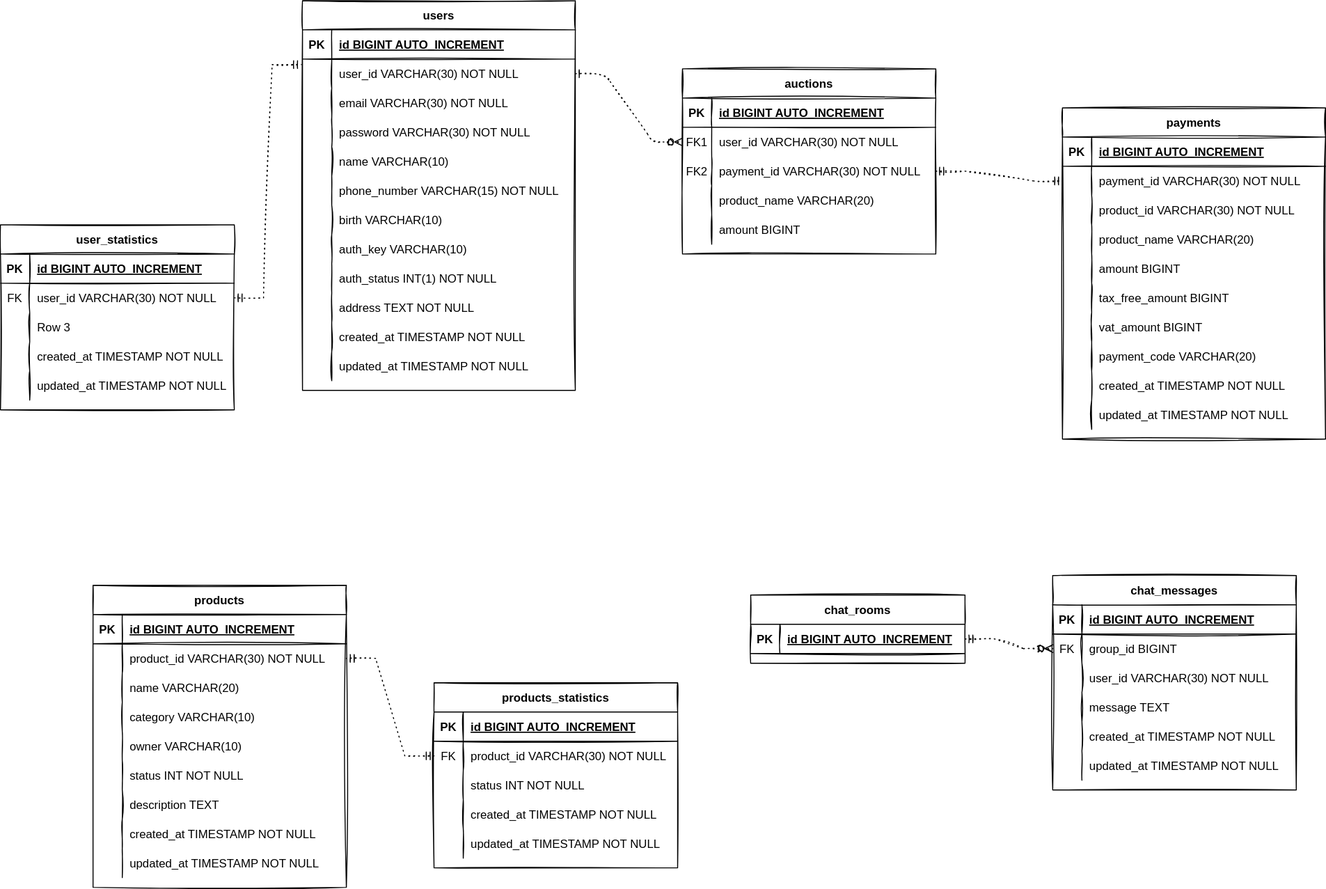
Earlier version of the draw.io export sago_database_schema.drawio.svg (AnneMayor/TestRepository). Source tidied: cells renumbered, new cells last; positions are measured from the earlier drawing's top-left corner, leaving out a move shared by most shapes.
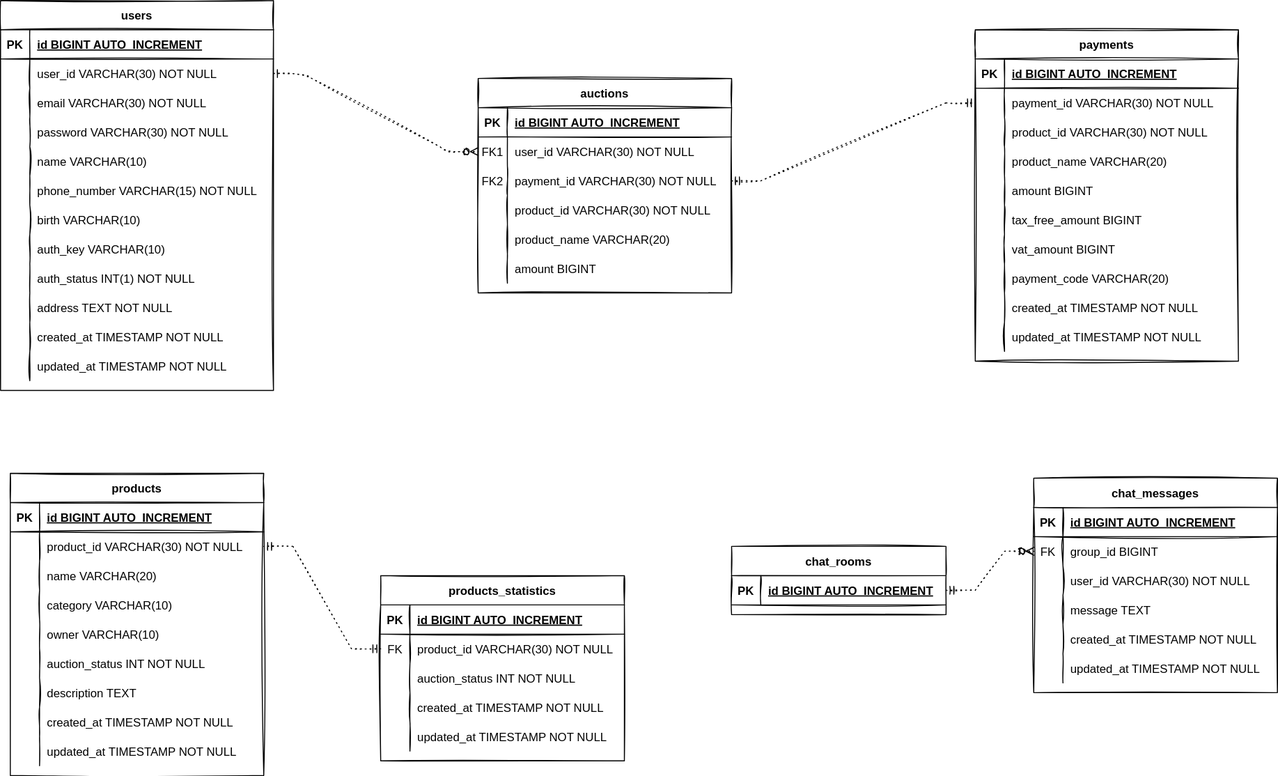
After the change.

What changed in the source:
```diff
@@ -6,7 +6,7 @@
       <mxGeometry relative="1" as="geometry" />
     </mxCell>
     <mxCell id="3" value="auctions" style="shape=table;startSize=30;rowLines=0;fontStyle=1;align=center;sketch=1;" parent="1" vertex="1">
-      <mxGeometry x="700" y="70" width="260" height="190" as="geometry" />
+      <mxGeometry x="550" y="85" width="260" height="220" as="geometry" />
     </mxCell>
     <mxCell id="4" style="shape=partialRectangle;fillColor=none;top=0;left=0;right=0;bottom=1;sketch=1;" parent="3" vertex="1">
       <mxGeometry y="30" width="260" height="30" as="geometry" />
@@ -35,8 +35,17 @@
     <mxCell id="12" value="payment_id VARCHAR(30) NOT NULL" style="shape=partialRectangle;overflow=hidden;fillColor=none;top=0;left=0;bottom=0;right=0;align=left;spacingLeft=6;sketch=1;" parent="10" vertex="1">
       <mxGeometry x="30" width="230" height="30" as="geometry" />
     </mxCell>
+    <mxCell id="174" style="shape=partialRectangle;fillColor=none;top=0;left=0;right=0;bottom=0;sketch=1;" parent="3" vertex="1">
+      <mxGeometry y="120" width="260" height="30" as="geometry" />
+    </mxCell>
+    <mxCell id="175" style="shape=partialRectangle;overflow=hidden;fillColor=none;top=0;left=0;bottom=0;right=0;sketch=1;" parent="174" vertex="1">
+      <mxGeometry width="30" height="30" as="geometry" />
+    </mxCell>
+    <mxCell id="176" value="product_id VARCHAR(30) NOT NULL" style="shape=partialRectangle;overflow=hidden;fillColor=none;top=0;left=0;bottom=0;right=0;align=left;spacingLeft=6;sketch=1;" parent="174" vertex="1">
+      <mxGeometry x="30" width="230" height="30" as="geometry" />
+    </mxCell>
     <mxCell id="13" style="shape=partialRectangle;fillColor=none;top=0;left=0;right=0;bottom=0;sketch=1;" parent="3" vertex="1">
-      <mxGeometry y="120" width="260" height="30" as="geometry" />
+      <mxGeometry y="150" width="260" height="30" as="geometry" />
     </mxCell>
     <mxCell id="14" style="shape=partialRectangle;overflow=hidden;fillColor=none;top=0;left=0;bottom=0;right=0;sketch=1;" parent="13" vertex="1">
       <mxGeometry width="30" height="30" as="geometry" />
@@ -45,7 +54,7 @@
       <mxGeometry x="30" width="230" height="30" as="geometry" />
     </mxCell>
     <mxCell id="16" style="shape=partialRectangle;fillColor=none;top=0;left=0;right=0;bottom=0;sketch=1;" parent="3" vertex="1">
-      <mxGeometry y="150" width="260" height="30" as="geometry" />
+      <mxGeometry y="180" width="260" height="30" as="geometry" />
     </mxCell>
     <mxCell id="17" style="shape=partialRectangle;overflow=hidden;fillColor=none;top=0;left=0;bottom=0;right=0;sketch=1;" parent="16" vertex="1">
       <mxGeometry width="30" height="30" as="geometry" />
@@ -54,7 +63,7 @@
       <mxGeometry x="30" width="230" height="30" as="geometry" />
     </mxCell>
     <mxCell id="19" value="payments" style="shape=table;startSize=30;rowLines=0;fontStyle=1;align=center;sketch=1;" parent="1" vertex="1">
-      <mxGeometry x="1090" y="110" width="270" height="340" as="geometry" />
+      <mxGeometry x="1060" y="35" width="270" height="340" as="geometry" />
     </mxCell>
     <mxCell id="20" style="shape=partialRectangle;fillColor=none;top=0;left=0;right=0;bottom=1;sketch=1;" parent="19" vertex="1">
       <mxGeometry y="30" width="270" height="30" as="geometry" />
@@ -147,7 +156,7 @@
       <mxGeometry x="30" width="240" height="30" as="geometry" />
     </mxCell>
     <mxCell id="50" value="users" style="shape=table;startSize=30;rowLines=0;fontStyle=1;align=center;sketch=1;" parent="1" vertex="1">
-      <mxGeometry x="310" width="280" height="400" as="geometry" />
+      <mxGeometry x="60" y="5" width="280" height="400" as="geometry" />
     </mxCell>
     <mxCell id="51" style="shape=partialRectangle;fillColor=none;top=0;left=0;right=0;bottom=1;sketch=1;" parent="50" vertex="1">
       <mxGeometry y="30" width="280" height="30" as="geometry" />
@@ -258,7 +267,7 @@
       <mxGeometry x="30" width="250" height="30" as="geometry" />
     </mxCell>
     <mxCell id="87" value="products" style="shape=table;startSize=30;rowLines=0;fontStyle=1;align=center;sketch=1;" parent="1" vertex="1">
-      <mxGeometry x="95" y="600" width="260" height="310" as="geometry" />
+      <mxGeometry x="70" y="490" width="260" height="310" as="geometry" />
     </mxCell>
     <mxCell id="88" style="shape=partialRectangle;fillColor=none;top=0;left=0;bottom=1;right=0;sketch=1;" parent="87" vertex="1">
       <mxGeometry y="30" width="260" height="30" as="geometry" />
@@ -311,7 +320,7 @@
     <mxCell id="104" style="shape=partialRectangle;fillColor=none;top=0;left=0;bottom=0;right=0;overflow=hidden;sketch=1;" parent="103" vertex="1">
       <mxGeometry width="30" height="30" as="geometry" />
     </mxCell>
-    <mxCell id="105" value="status INT NOT NULL" style="shape=partialRectangle;fillColor=none;top=0;left=0;bottom=0;right=0;align=left;spacingLeft=6;overflow=hidden;sketch=1;" parent="103" vertex="1">
+    <mxCell id="105" value="auction_status INT NOT NULL" style="shape=partialRectangle;fillColor=none;top=0;left=0;bottom=0;right=0;align=left;spacingLeft=6;overflow=hidden;sketch=1;" parent="103" vertex="1">
       <mxGeometry x="30" width="230" height="30" as="geometry" />
     </mxCell>
     <mxCell id="106" style="shape=partialRectangle;fillColor=none;top=0;left=0;bottom=0;right=0;sketch=1;" parent="87" vertex="1">
@@ -342,7 +351,7 @@
       <mxGeometry x="30" width="230" height="30" as="geometry" />
     </mxCell>
     <mxCell id="115" value="products_statistics" style="shape=table;startSize=30;rowLines=0;fontStyle=1;align=center;sketch=1;" parent="1" vertex="1">
-      <mxGeometry x="445" y="700" width="250" height="190" as="geometry" />
+      <mxGeometry x="450" y="595" width="250" height="190" as="geometry" />
     </mxCell>
     <mxCell id="116" style="shape=partialRectangle;fillColor=none;top=0;left=0;bottom=1;right=0;sketch=1;" parent="115" vertex="1">
       <mxGeometry y="30" width="250" height="30" as="geometry" />
@@ -368,7 +377,7 @@
     <mxCell id="123" style="shape=partialRectangle;fillColor=none;top=0;left=0;bottom=0;right=0;overflow=hidden;sketch=1;" parent="122" vertex="1">
       <mxGeometry width="30" height="30" as="geometry" />
     </mxCell>
-    <mxCell id="124" value="status INT NOT NULL" style="shape=partialRectangle;fillColor=none;top=0;left=0;bottom=0;right=0;align=left;spacingLeft=6;overflow=hidden;sketch=1;" parent="122" vertex="1">
+    <mxCell id="124" value="auction_status INT NOT NULL" style="shape=partialRectangle;fillColor=none;top=0;left=0;bottom=0;right=0;align=left;spacingLeft=6;overflow=hidden;sketch=1;" parent="122" vertex="1">
       <mxGeometry x="30" width="220" height="30" as="geometry" />
     </mxCell>
     <mxCell id="125" style="shape=partialRectangle;fillColor=none;top=0;left=0;bottom=0;right=0;sketch=1;" parent="115" vertex="1">
@@ -389,56 +398,8 @@
     <mxCell id="130" value="updated_at TIMESTAMP NOT NULL" style="shape=partialRectangle;fillColor=none;top=0;left=0;bottom=0;right=0;align=left;spacingLeft=6;overflow=hidden;sketch=1;" parent="128" vertex="1">
       <mxGeometry x="30" width="220" height="30" as="geometry" />
     </mxCell>
-    <mxCell id="131" value="user_statistics" style="shape=table;startSize=30;rowLines=0;fontStyle=1;align=center;sketch=1;" parent="1" vertex="1">
-      <mxGeometry y="230" width="240" height="190" as="geometry" />
-    </mxCell>
-    <mxCell id="132" style="shape=partialRectangle;fillColor=none;top=0;left=0;bottom=1;right=0;sketch=1;" parent="131" vertex="1">
-      <mxGeometry y="30" width="240" height="30" as="geometry" />
-    </mxCell>
-    <mxCell id="133" value="PK" style="shape=partialRectangle;fillColor=none;top=0;left=0;bottom=0;right=0;fontStyle=1;overflow=hidden;sketch=1;" parent="132" vertex="1">
-      <mxGeometry width="30" height="30" as="geometry" />
-    </mxCell>
-    <mxCell id="134" value="id BIGINT AUTO_INCREMENT" style="shape=partialRectangle;fillColor=none;top=0;left=0;bottom=0;right=0;align=left;spacingLeft=6;fontStyle=5;overflow=hidden;sketch=1;" parent="132" vertex="1">
-      <mxGeometry x="30" width="210" height="30" as="geometry" />
-    </mxCell>
-    <mxCell id="135" style="shape=partialRectangle;fillColor=none;top=0;left=0;bottom=0;right=0;points=[[0,0.5],[1,0.5]];portConstraint=eastwest;sketch=1;" parent="131" vertex="1">
-      <mxGeometry y="60" width="240" height="30" as="geometry" />
-    </mxCell>
-    <mxCell id="136" value="FK" style="shape=partialRectangle;fillColor=none;top=0;left=0;bottom=0;right=0;overflow=hidden;sketch=1;" parent="135" vertex="1">
-      <mxGeometry width="30" height="30" as="geometry" />
-    </mxCell>
-    <mxCell id="137" value="user_id VARCHAR(30) NOT NULL" style="shape=partialRectangle;fillColor=none;top=0;left=0;bottom=0;right=0;align=left;spacingLeft=6;overflow=hidden;sketch=1;" parent="135" vertex="1">
-      <mxGeometry x="30" width="210" height="30" as="geometry" />
-    </mxCell>
-    <mxCell id="138" style="shape=partialRectangle;fillColor=none;top=0;left=0;bottom=0;right=0;sketch=1;" parent="131" vertex="1">
-      <mxGeometry y="90" width="240" height="30" as="geometry" />
-    </mxCell>
-    <mxCell id="139" style="shape=partialRectangle;fillColor=none;top=0;left=0;bottom=0;right=0;overflow=hidden;sketch=1;" parent="138" vertex="1">
-      <mxGeometry width="30" height="30" as="geometry" />
-    </mxCell>
-    <mxCell id="140" value="Row 3" style="shape=partialRectangle;fillColor=none;top=0;left=0;bottom=0;right=0;align=left;spacingLeft=6;overflow=hidden;sketch=1;" parent="138" vertex="1">
-      <mxGeometry x="30" width="210" height="30" as="geometry" />
-    </mxCell>
-    <mxCell id="141" style="shape=partialRectangle;fillColor=none;top=0;left=0;bottom=0;right=0;sketch=1;" parent="131" vertex="1">
-      <mxGeometry y="120" width="240" height="30" as="geometry" />
-    </mxCell>
-    <mxCell id="142" style="shape=partialRectangle;fillColor=none;top=0;left=0;bottom=0;right=0;overflow=hidden;sketch=1;" parent="141" vertex="1">
-      <mxGeometry width="30" height="30" as="geometry" />
-    </mxCell>
-    <mxCell id="143" value="created_at TIMESTAMP NOT NULL" style="shape=partialRectangle;fillColor=none;top=0;left=0;bottom=0;right=0;align=left;spacingLeft=6;overflow=hidden;sketch=1;" parent="141" vertex="1">
-      <mxGeometry x="30" width="210" height="30" as="geometry" />
-    </mxCell>
-    <mxCell id="144" style="shape=partialRectangle;fillColor=none;top=0;left=0;bottom=0;right=0;sketch=1;" parent="131" vertex="1">
-      <mxGeometry y="150" width="240" height="30" as="geometry" />
-    </mxCell>
-    <mxCell id="145" style="shape=partialRectangle;fillColor=none;top=0;left=0;bottom=0;right=0;overflow=hidden;sketch=1;" parent="144" vertex="1">
-      <mxGeometry width="30" height="30" as="geometry" />
-    </mxCell>
-    <mxCell id="146" value="updated_at TIMESTAMP NOT NULL" style="shape=partialRectangle;fillColor=none;top=0;left=0;bottom=0;right=0;align=left;spacingLeft=6;overflow=hidden;sketch=1;" parent="144" vertex="1">
-      <mxGeometry x="30" width="210" height="30" as="geometry" />
-    </mxCell>
     <mxCell id="147" value="chat_messages" style="shape=table;startSize=30;rowLines=0;fontStyle=1;align=center;sketch=1;" parent="1" vertex="1">
-      <mxGeometry x="1080" y="590" width="250" height="220" as="geometry" />
+      <mxGeometry x="1120" y="495" width="250" height="220" as="geometry" />
     </mxCell>
     <mxCell id="148" style="shape=partialRectangle;fillColor=none;top=0;left=0;bottom=1;right=0;sketch=1;" parent="147" vertex="1">
       <mxGeometry y="30" width="250" height="30" as="geometry" />
@@ -495,7 +456,7 @@
       <mxGeometry x="30" width="220" height="30" as="geometry" />
     </mxCell>
     <mxCell id="166" value="chat_rooms" style="shape=table;startSize=30;rowLines=0;fontStyle=1;align=center;sketch=1;" parent="1" vertex="1">
-      <mxGeometry x="770" y="610" width="220" height="70" as="geometry" />
+      <mxGeometry x="810" y="565" width="220" height="70" as="geometry" />
     </mxCell>
     <mxCell id="167" style="shape=partialRectangle;fillColor=none;top=0;left=0;bottom=1;right=0;points=[[0,0.5],[1,0.5]];portConstraint=eastwest;sketch=1;" parent="166" vertex="1">
       <mxGeometry y="30" width="220" height="30" as="geometry" />
@@ -515,8 +476,5 @@
     <mxCell id="172" style="edgeStyle=entityRelationEdgeStyle;fontSize=12;html=1;endArrow=ERmandOne;startArrow=ERmandOne;rounded=0;sketch=1;exitX=0;exitY=0.5;exitDx=0;exitDy=0;dashed=1;dashPattern=1 4;" parent="1" edge="1" source="119" target="91">
       <mxGeometry relative="1" as="geometry" />
     </mxCell>
-    <mxCell id="173" style="edgeStyle=entityRelationEdgeStyle;fontSize=12;html=1;endArrow=ERmandOne;startArrow=ERmandOne;rounded=0;sketch=1;dashed=1;dashPattern=1 4;entryX=-0.004;entryY=0.188;entryDx=0;entryDy=0;entryPerimeter=0;" parent="1" edge="1" source="135" target="54">
-      <mxGeometry relative="1" as="geometry" />
-    </mxCell>
   </root>
 </mxGraphModel>
```
